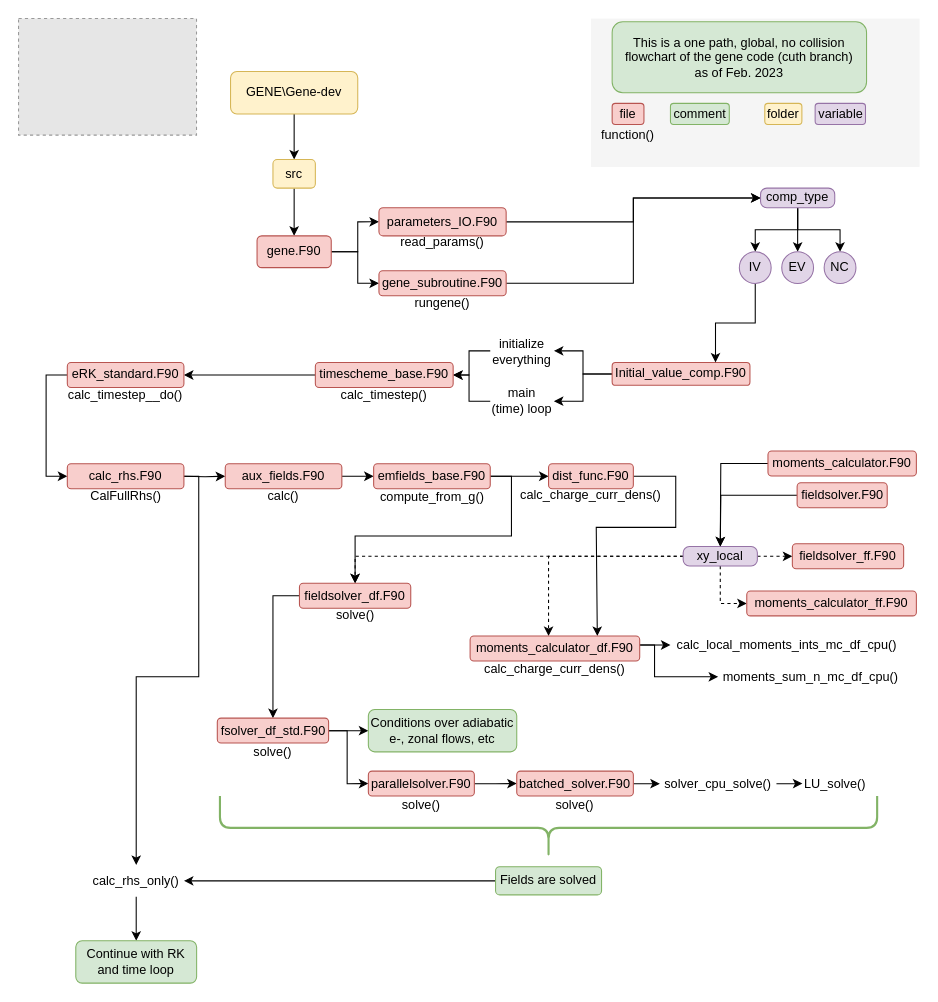
FM-Sheffield/Gene_Flowchart keeps this draw.io diagram as Gene_flowchart.drawio. Above is the earlier version. Source tidied: cells renumbered, new cells numbered last; positions are measured from the earlier drawing's top-left corner, leaving out a move shared by most shapes. Both pictures are drawn from the tidied source at 106%, with x=0, y=0 at pixel (18, 18). Pictures stored in the file or linked from it are replaced by grey dashed boxes.
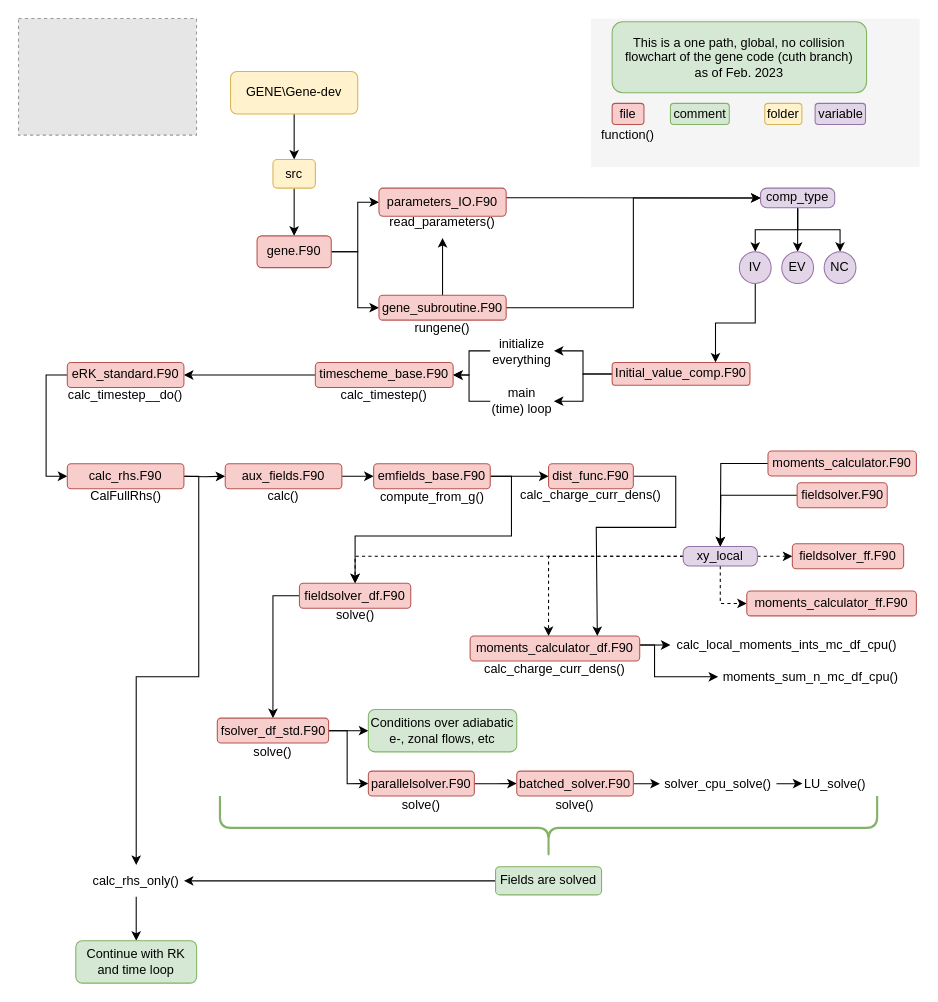
The same page after the edit.

The change refers to these unchanged cells:
```xml
<mxCell id="9" value="gene.F90" style="rounded=1;whiteSpace=wrap;html=1;fillColor=#f8cecc;strokeColor=#b85450;" parent="1" vertex="1">
  <mxGeometry x="225" y="205" width="70" height="30" as="geometry" />
</mxCell>
<mxCell id="26" value="comp_type" style="rounded=1;whiteSpace=wrap;html=1;fillColor=#e1d5e7;strokeColor=#9673a6;arcSize=32;" parent="1" vertex="1">
  <mxGeometry x="700" y="160" width="70" height="18.5" as="geometry" />
</mxCell>
```

What changed in the source:
```diff
@@
     <mxCell id="7" style="edgeStyle=orthogonalEdgeStyle;rounded=0;jettySize=auto;html=1;entryX=0;entryY=0.5;entryDx=0;entryDy=0;" parent="1" edge="1" source="9" target="11">
       <mxGeometry relative="1" as="geometry">
         <Array as="points">
           <mxPoint x="320" y="220" />
-          <mxPoint x="320" y="250" />
+          <mxPoint x="320" y="273" />
         </Array>
       </mxGeometry>
     </mxCell>
     <mxCell id="8" style="edgeStyle=orthogonalEdgeStyle;rounded=0;jettySize=auto;html=1;entryX=0;entryY=0.5;entryDx=0;entryDy=0;" parent="1" edge="1" source="9" target="13">
       <mxGeometry relative="1" as="geometry">
         <Array as="points">
           <mxPoint x="320" y="220" />
-          <mxPoint x="320" y="192" />
+          <mxPoint x="320" y="173" />
         </Array>
       </mxGeometry>
     </mxCell>
@@
+    <mxCell id="98" style="edgeStyle=orthogonalEdgeStyle;rounded=0;jettySize=auto;html=1;entryX=0.5;entryY=1;entryDx=0;entryDy=0;" parent="1" edge="1" source="11" target="20">
+      <mxGeometry relative="1" as="geometry" />
+    </mxCell>
     <mxCell id="11" value="gene_subroutine.F90" style="rounded=1;whiteSpace=wrap;html=1;fillColor=#f8cecc;strokeColor=#b85450;" parent="1" vertex="1">
-      <mxGeometry x="340" y="238" width="120" height="23.5" as="geometry" />
+      <mxGeometry x="340" y="261" width="120" height="23.5" as="geometry" />
     </mxCell>
     <mxCell id="12" style="edgeStyle=orthogonalEdgeStyle;rounded=0;jettySize=auto;html=1;entryX=0;entryY=0.5;entryDx=0;entryDy=0;" parent="1" edge="1" source="13" target="26">
-      <mxGeometry relative="1" as="geometry" />
+      <mxGeometry relative="1" as="geometry">
+        <Array as="points">
+          <mxPoint x="520" y="169" />
+          <mxPoint x="520" y="169" />
+        </Array>
+      </mxGeometry>
     </mxCell>
     <mxCell id="13" value="&lt;div&gt;parameters_IO.F90&lt;/div&gt;" style="rounded=1;whiteSpace=wrap;html=1;fillColor=#f8cecc;strokeColor=#b85450;" parent="1" vertex="1">
-      <mxGeometry x="340" y="178.5" width="120" height="26.5" as="geometry" />
+      <mxGeometry x="340" y="160" width="120" height="26.5" as="geometry" />
     </mxCell>
@@
     <mxCell id="19" value="rungene()" style="text;html=1;strokeColor=none;fillColor=none;align=center;verticalAlign=middle;whiteSpace=wrap;rounded=0;" parent="1" vertex="1">
-      <mxGeometry x="370" y="253.5" width="60" height="30" as="geometry" />
+      <mxGeometry x="370" y="276.5" width="60" height="30" as="geometry" />
     </mxCell>
-    <mxCell id="20" value="read_params()" style="text;html=1;strokeColor=none;fillColor=none;align=center;verticalAlign=middle;whiteSpace=wrap;rounded=0;" parent="1" vertex="1">
-      <mxGeometry x="355" y="195.5" width="90" height="30" as="geometry" />
+    <mxCell id="20" value="read_parameters()" style="text;html=1;strokeColor=none;fillColor=none;align=center;verticalAlign=middle;whiteSpace=wrap;rounded=0;" parent="1" vertex="1">
+      <mxGeometry x="355" y="177" width="90" height="30" as="geometry" />
     </mxCell>
```
